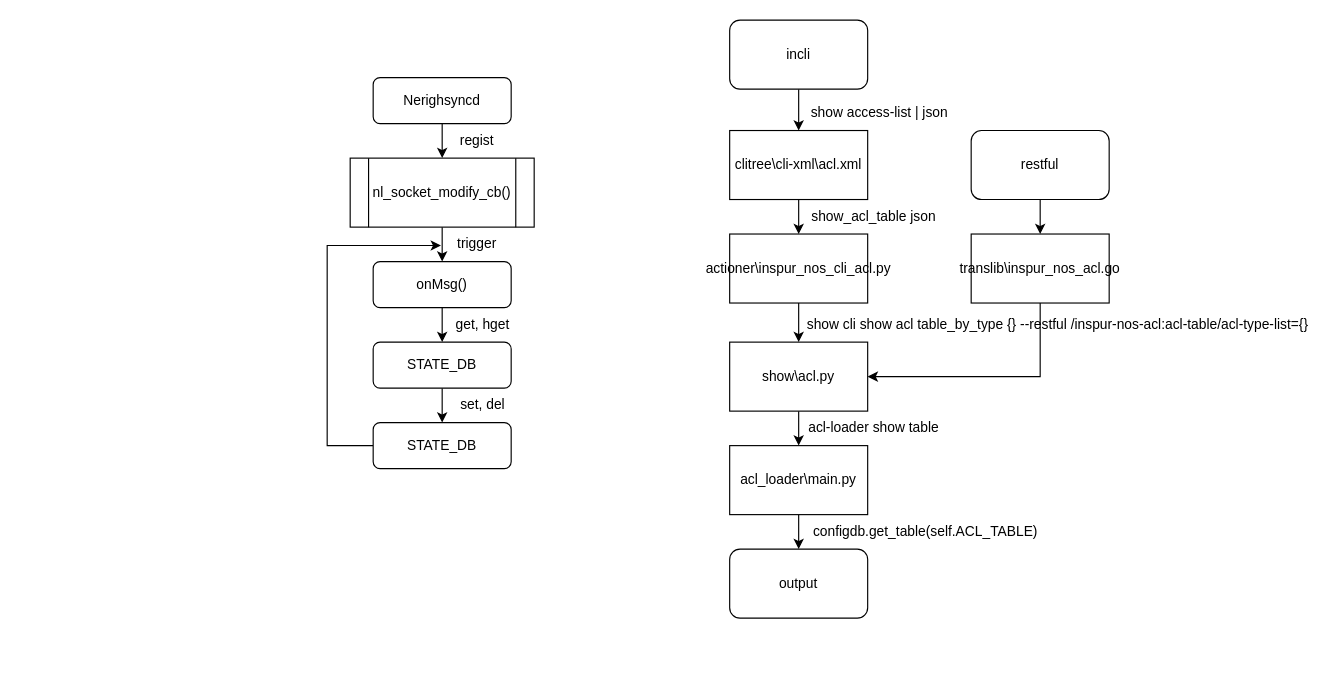
Above: 未命名绘图.drawio in christ7622/GGYY (draw.io), before the change. Source tidied: cells renumbered, new cells numbered last; positions are measured from the earlier drawing's top-left corner, leaving out a move shared by most shapes. Both pictures are drawn from the tidied source at 115%, with x=0, y=0 at pixel (327, 20).
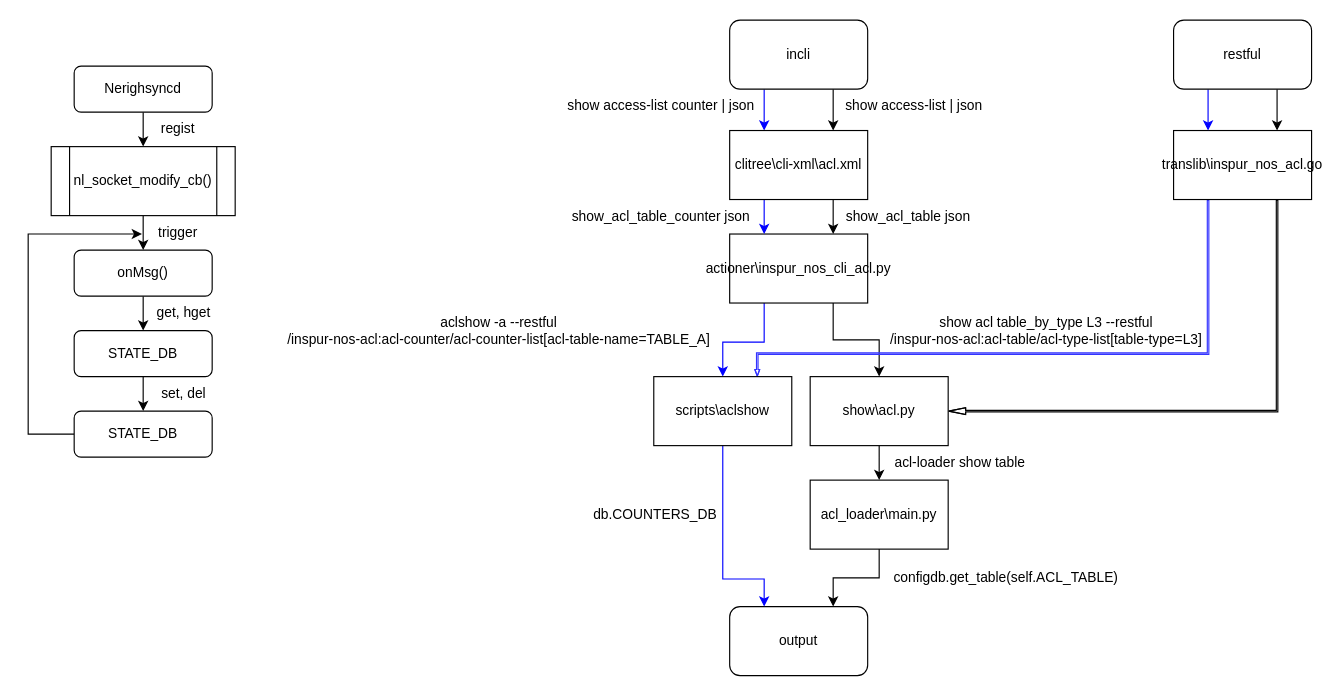
The same page after the edit.

Commit message:
更新未命名绘图.drawio

Unchanged cells that the change refers to:
```xml
<mxCell id="22" value="incli" style="rounded=1;whiteSpace=wrap;html=1;" parent="1" vertex="1">
  <mxGeometry x="350" width="120" height="60" as="geometry" />
</mxCell>
<mxCell id="23" value="actioner\inspur_nos_cli_acl.py" style="whiteSpace=wrap;html=1;" parent="1" vertex="1">
  <mxGeometry x="350" y="186" width="120" height="60" as="geometry" />
</mxCell>
<mxCell id="34" value="clitree\cli-xml\acl.xml" style="whiteSpace=wrap;html=1;" parent="1" vertex="1">
  <mxGeometry x="350" y="96" width="120" height="60" as="geometry" />
</mxCell>
```

Diff of the diagram source:
```diff
@@
     <mxCell id="3" value="Nerighsyncd" style="rounded=1;whiteSpace=wrap;html=1;fontSize=12;glass=0;strokeWidth=1;shadow=0;" parent="1" vertex="1">
-      <mxGeometry x="40" y="50" width="120" height="40" as="geometry" />
+      <mxGeometry x="-220" y="40" width="120" height="40" as="geometry" />
     </mxCell>
@@
     <mxCell id="5" value="onMsg()" style="rounded=1;whiteSpace=wrap;html=1;fontSize=12;glass=0;strokeWidth=1;shadow=0;" parent="1" vertex="1">
-      <mxGeometry x="40" y="210" width="120" height="40" as="geometry" />
+      <mxGeometry x="-220" y="200" width="120" height="40" as="geometry" />
     </mxCell>
     <mxCell id="6" style="edgeStyle=orthogonalEdgeStyle;rounded=0;jettySize=auto;html=1;" parent="1" edge="1" source="7">
       <mxGeometry relative="1" as="geometry">
-        <mxPoint x="100" y="210" as="targetPoint" />
+        <mxPoint x="-160" y="200" as="targetPoint" />
       </mxGeometry>
     </mxCell>
     <mxCell id="7" value="nl_socket_modify_cb()" style="shape=process;whiteSpace=wrap;html=1;backgroundOutline=1;" parent="1" vertex="1">
-      <mxGeometry x="20" y="120" width="160" height="60" as="geometry" />
+      <mxGeometry x="-240" y="110" width="160" height="60" as="geometry" />
     </mxCell>
     <mxCell id="8" value="regist" style="text;html=1;align=center;verticalAlign=middle;strokeColor=none;fillColor=none;" parent="1" vertex="1">
-      <mxGeometry x="105" y="90" width="50" height="30" as="geometry" />
+      <mxGeometry x="-155" y="80" width="50" height="30" as="geometry" />
     </mxCell>
@@
     <mxCell id="10" value="STATE_DB" style="rounded=1;whiteSpace=wrap;html=1;fontSize=12;glass=0;strokeWidth=1;shadow=0;" parent="1" vertex="1">
-      <mxGeometry x="40" y="280" width="120" height="40" as="geometry" />
+      <mxGeometry x="-220" y="270" width="120" height="40" as="geometry" />
     </mxCell>
     <mxCell id="11" value="get, hget" style="text;html=1;align=center;verticalAlign=middle;strokeColor=none;fillColor=none;" parent="1" vertex="1">
-      <mxGeometry x="100" y="250" width="70" height="30" as="geometry" />
+      <mxGeometry x="-160" y="240" width="70" height="30" as="geometry" />
     </mxCell>
     <mxCell id="12" style="edgeStyle=orthogonalEdgeStyle;rounded=0;jettySize=auto;html=1;entryX=-0.017;entryY=0.533;entryDx=0;entryDy=0;entryPerimeter=0;" parent="1" edge="1" source="13" target="15">
       <mxGeometry relative="1" as="geometry">
         <Array as="points">
-          <mxPoint y="370" />
-          <mxPoint y="196" />
+          <mxPoint x="-260" y="360" />
+          <mxPoint x="-260" y="186" />
         </Array>
       </mxGeometry>
     </mxCell>
     <mxCell id="13" value="STATE_DB" style="rounded=1;whiteSpace=wrap;html=1;fontSize=12;glass=0;strokeWidth=1;shadow=0;" parent="1" vertex="1">
-      <mxGeometry x="40" y="350" width="120" height="40" as="geometry" />
+      <mxGeometry x="-220" y="340" width="120" height="40" as="geometry" />
     </mxCell>
     <mxCell id="14" value="set, del" style="text;html=1;align=center;verticalAlign=middle;strokeColor=none;fillColor=none;" parent="1" vertex="1">
-      <mxGeometry x="105" y="320" width="60" height="30" as="geometry" />
+      <mxGeometry x="-155" y="310" width="60" height="30" as="geometry" />
     </mxCell>
     <mxCell id="15" value="trigger" style="text;html=1;align=center;verticalAlign=middle;points=[];strokeColor=none;fillColor=none;" parent="1" vertex="1">
-      <mxGeometry x="100" y="180" width="60" height="30" as="geometry" />
+      <mxGeometry x="-160" y="170" width="60" height="30" as="geometry" />
     </mxCell>
-    <mxCell id="16" style="edgeStyle=orthogonalEdgeStyle;rounded=0;jettySize=auto;html=1;exitX=0.5;exitY=1;exitDx=0;exitDy=0;" parent="1" edge="1" source="23" target="18">
-      <mxGeometry relative="1" as="geometry" />
-    </mxCell>
-    <mxCell id="17" style="edgeStyle=orthogonalEdgeStyle;rounded=0;jettySize=auto;html=1;" parent="1" edge="1" source="18" target="20">
+    <mxCell id="17" style="edgeStyle=orthogonalEdgeStyle;rounded=0;jettySize=auto;html=1;strokeColor=#000000;" parent="1" edge="1" source="18" target="20">
       <mxGeometry relative="1" as="geometry" />
     </mxCell>
     <mxCell id="18" value="show\acl.py" style="whiteSpace=wrap;html=1;" parent="1" vertex="1">
-      <mxGeometry x="350" y="280" width="120" height="60" as="geometry" />
+      <mxGeometry x="420" y="310" width="120" height="60" as="geometry" />
     </mxCell>
-    <mxCell id="19" style="edgeStyle=orthogonalEdgeStyle;rounded=0;jettySize=auto;html=1;" parent="1" edge="1" source="20" target="24">
+    <mxCell id="19" style="edgeStyle=orthogonalEdgeStyle;rounded=0;jettySize=auto;html=1;strokeColor=#000000;entryX=0.75;entryY=0;entryDx=0;entryDy=0;" parent="1" edge="1" source="20" target="24">
       <mxGeometry relative="1" as="geometry" />
     </mxCell>
     <mxCell id="20" value="acl_loader\main.py" style="whiteSpace=wrap;html=1;" parent="1" vertex="1">
-      <mxGeometry x="350" y="370" width="120" height="60" as="geometry" />
+      <mxGeometry x="420" y="400" width="120" height="60" as="geometry" />
     </mxCell>
-    <mxCell id="21" style="edgeStyle=orthogonalEdgeStyle;rounded=0;jettySize=auto;html=1;" parent="1" edge="1" source="22" target="34">
+    <mxCell id="21" style="edgeStyle=orthogonalEdgeStyle;rounded=0;jettySize=auto;html=1;exitX=0.75;exitY=1;exitDx=0;exitDy=0;entryX=0.75;entryY=0;entryDx=0;entryDy=0;" parent="1" edge="1" source="22" target="34">
       <mxGeometry relative="1" as="geometry" />
     </mxCell>
+    <mxCell id="36" style="edgeStyle=orthogonalEdgeStyle;rounded=0;jettySize=auto;html=1;exitX=0.25;exitY=1;exitDx=0;exitDy=0;entryX=0.25;entryY=0;entryDx=0;entryDy=0;strokeColor=#0000FF;" parent="1" edge="1" source="22" target="34">
+      <mxGeometry relative="1" as="geometry">
+        <Array as="points">
+          <mxPoint x="380" y="68" />
+          <mxPoint x="380" y="90" />
+        </Array>
+      </mxGeometry>
+    </mxCell>
@@
+    <mxCell id="16" style="edgeStyle=orthogonalEdgeStyle;rounded=0;jettySize=auto;html=1;entryX=0.5;entryY=0;entryDx=0;entryDy=0;exitX=0.75;exitY=1;exitDx=0;exitDy=0;" parent="1" edge="1" source="23" target="18">
+      <mxGeometry relative="1" as="geometry" />
+    </mxCell>
+    <mxCell id="37" style="edgeStyle=orthogonalEdgeStyle;rounded=0;jettySize=auto;html=1;strokeColor=#0000FF;entryX=0.5;entryY=0;entryDx=0;entryDy=0;exitX=0.25;exitY=1;exitDx=0;exitDy=0;" parent="1" edge="1" source="23" target="44">
+      <mxGeometry relative="1" as="geometry">
+        <Array as="points">
+          <mxPoint x="380" y="280" />
+          <mxPoint x="344" y="280" />
+        </Array>
+      </mxGeometry>
+    </mxCell>
@@
     <mxCell id="24" value="output" style="rounded=1;whiteSpace=wrap;html=1;" parent="1" vertex="1">
-      <mxGeometry x="350" y="460" width="120" height="60" as="geometry" />
+      <mxGeometry x="350" y="510" width="120" height="60" as="geometry" />
     </mxCell>
     <mxCell id="25" value="show access-list | json" style="text;html=1;align=center;verticalAlign=middle;strokeColor=none;fillColor=none;" parent="1" vertex="1">
-      <mxGeometry x="410" y="66" width="140" height="30" as="geometry" />
+      <mxGeometry x="440" y="60" width="140" height="30" as="geometry" />
     </mxCell>
-    <mxCell id="26" value="&lt;div&gt;show cli show acl table_by_type {}&amp;nbsp;&lt;span style=&quot;background-color: initial;&quot;&gt;--restful /inspur-nos-acl:acl-table/acl-type-list={}&lt;/span&gt;&lt;/div&gt;" style="text;html=1;align=center;verticalAlign=middle;strokeColor=none;fillColor=none;" parent="1" vertex="1">
-      <mxGeometry x="405" y="250" width="460" height="30" as="geometry" />
-    </mxCell>
     <mxCell id="27" value="acl-loader show table" style="text;html=1;align=center;verticalAlign=middle;strokeColor=none;fillColor=none;" parent="1" vertex="1">
-      <mxGeometry x="405" y="340" width="140" height="30" as="geometry" />
+      <mxGeometry x="480" y="370" width="140" height="30" as="geometry" />
     </mxCell>
     <mxCell id="28" value="configdb.get_table(self.ACL_TABLE)" style="text;html=1;align=center;verticalAlign=middle;strokeColor=none;fillColor=none;" parent="1" vertex="1">
-      <mxGeometry x="410" y="430" width="220" height="30" as="geometry" />
+      <mxGeometry x="480" y="470" width="220" height="30" as="geometry" />
     </mxCell>
+    <mxCell id="38" style="edgeStyle=orthogonalEdgeStyle;rounded=0;jettySize=auto;html=1;strokeColor=#3333FF;entryX=0.75;entryY=0;entryDx=0;entryDy=0;exitX=0.25;exitY=1;exitDx=0;exitDy=0;shape=flexArrow;endWidth=1.8565088757396448;endSize=1.5769230769230766;width=1.346153846153846;" parent="1" edge="1" source="30" target="44">
+      <mxGeometry relative="1" as="geometry">
+        <Array as="points">
+          <mxPoint x="766" y="290" />
+          <mxPoint x="374" y="290" />
+        </Array>
+      </mxGeometry>
+    </mxCell>
-    <mxCell id="29" style="edgeStyle=orthogonalEdgeStyle;rounded=0;jettySize=auto;html=1;entryX=1;entryY=0.5;entryDx=0;entryDy=0;exitX=0.5;exitY=1;exitDx=0;exitDy=0;" parent="1" edge="1" source="30" target="18">
+    <mxCell id="29" style="rounded=0;jettySize=auto;html=1;strokeColor=#000000;elbow=vertical;entryX=1;entryY=0.5;entryDx=0;entryDy=0;edgeStyle=orthogonalEdgeStyle;exitX=0.75;exitY=1;exitDx=0;exitDy=0;shape=flexArrow;width=1.3333333333333333;endSize=4.556666666666667;endWidth=3.5555555555555554;" parent="1" edge="1" source="30" target="18">
       <mxGeometry relative="1" as="geometry" />
     </mxCell>
     <mxCell id="30" value="translib\inspur_nos_acl.go" style="whiteSpace=wrap;html=1;" parent="1" vertex="1">
-      <mxGeometry x="560" y="186" width="120" height="60" as="geometry" />
+      <mxGeometry x="736" y="96" width="120" height="60" as="geometry" />
     </mxCell>
-    <mxCell id="31" style="edgeStyle=orthogonalEdgeStyle;rounded=0;jettySize=auto;html=1;entryX=0.5;entryY=0;entryDx=0;entryDy=0;" parent="1" edge="1" source="32" target="30">
+    <mxCell id="31" style="edgeStyle=orthogonalEdgeStyle;rounded=0;jettySize=auto;html=1;exitX=0.75;exitY=1;exitDx=0;exitDy=0;entryX=0.75;entryY=0;entryDx=0;entryDy=0;" parent="1" edge="1" source="32" target="30">
       <mxGeometry relative="1" as="geometry" />
     </mxCell>
+    <mxCell id="39" style="edgeStyle=orthogonalEdgeStyle;rounded=0;jettySize=auto;html=1;strokeColor=#0000FF;elbow=vertical;exitX=0.25;exitY=1;exitDx=0;exitDy=0;entryX=0.25;entryY=0;entryDx=0;entryDy=0;" parent="1" edge="1" source="32" target="30">
+      <mxGeometry relative="1" as="geometry" />
+    </mxCell>
     <mxCell id="32" value="restful" style="rounded=1;whiteSpace=wrap;html=1;" parent="1" vertex="1">
-      <mxGeometry x="560" y="96" width="120" height="60" as="geometry" />
+      <mxGeometry x="736" width="120" height="60" as="geometry" />
     </mxCell>
-    <mxCell id="33" style="edgeStyle=orthogonalEdgeStyle;rounded=0;jettySize=auto;html=1;exitX=0.5;exitY=1;exitDx=0;exitDy=0;entryX=0.5;entryY=0;entryDx=0;entryDy=0;" parent="1" edge="1" source="34" target="23">
+    <mxCell id="33" style="edgeStyle=orthogonalEdgeStyle;rounded=0;jettySize=auto;html=1;exitX=0.25;exitY=1;exitDx=0;exitDy=0;entryX=0.25;entryY=0;entryDx=0;entryDy=0;strokeColor=#0000FF;" parent="1" edge="1" source="34" target="23">
       <mxGeometry relative="1" as="geometry" />
     </mxCell>
@@
     <mxCell id="35" value="show_acl_table json" style="text;html=1;align=center;verticalAlign=middle;strokeColor=none;fillColor=none;" parent="1" vertex="1">
-      <mxGeometry x="410" y="156" width="130" height="30" as="geometry" />
+      <mxGeometry x="440" y="156" width="130" height="30" as="geometry" />
     </mxCell>
+    <mxCell id="40" value="show access-list counter | json" style="text;html=1;align=center;verticalAlign=middle;strokeColor=none;fillColor=none;" parent="1" vertex="1">
+      <mxGeometry x="195" y="60" width="190" height="30" as="geometry" />
+    </mxCell>
+    <mxCell id="41" value="show_acl_table_counter json" style="text;html=1;align=center;verticalAlign=middle;strokeColor=none;fillColor=none;" parent="1" vertex="1">
+      <mxGeometry x="200" y="156" width="180" height="30" as="geometry" />
+    </mxCell>
+    <mxCell id="42" style="edgeStyle=orthogonalEdgeStyle;rounded=0;jettySize=auto;html=1;exitX=0.75;exitY=1;exitDx=0;exitDy=0;entryX=0.75;entryY=0;entryDx=0;entryDy=0;" parent="1" edge="1" source="34" target="23">
+      <mxGeometry relative="1" as="geometry" />
+    </mxCell>
+    <mxCell id="43" style="edgeStyle=orthogonalEdgeStyle;rounded=0;jettySize=auto;html=1;strokeColor=#0000FF;entryX=0.25;entryY=0;entryDx=0;entryDy=0;" parent="1" edge="1" source="44" target="24">
+      <mxGeometry relative="1" as="geometry">
+        <Array as="points">
+          <mxPoint x="344" y="486" />
+          <mxPoint x="380" y="486" />
+        </Array>
+      </mxGeometry>
+    </mxCell>
+    <mxCell id="44" value="scripts\aclshow" style="whiteSpace=wrap;html=1;" parent="1" vertex="1">
+      <mxGeometry x="284" y="310" width="120" height="60" as="geometry" />
+    </mxCell>
+    <mxCell id="45" value="aclshow -a --restful &lt;br&gt;/inspur-nos-acl:acl-counter/acl-counter-list[acl-table-name=TABLE_A]" style="text;html=1;align=center;verticalAlign=middle;strokeColor=none;fillColor=none;" parent="1" vertex="1">
+      <mxGeometry x="-46" y="250" width="390" height="40" as="geometry" />
+    </mxCell>
+    <mxCell id="46" value="show acl table_by_type L3 --restful &lt;br&gt;/inspur-nos-acl:acl-table/acl-type-list[table-type=L3]" style="text;html=1;align=center;verticalAlign=middle;strokeColor=none;fillColor=none;" parent="1" vertex="1">
+      <mxGeometry x="480" y="250" width="290" height="40" as="geometry" />
+    </mxCell>
+    <mxCell id="47" value="db.COUNTERS_DB" style="text;html=1;align=center;verticalAlign=middle;strokeColor=none;fillColor=none;" parent="1" vertex="1">
+      <mxGeometry x="220" y="415" width="130" height="30" as="geometry" />
+    </mxCell>
```
